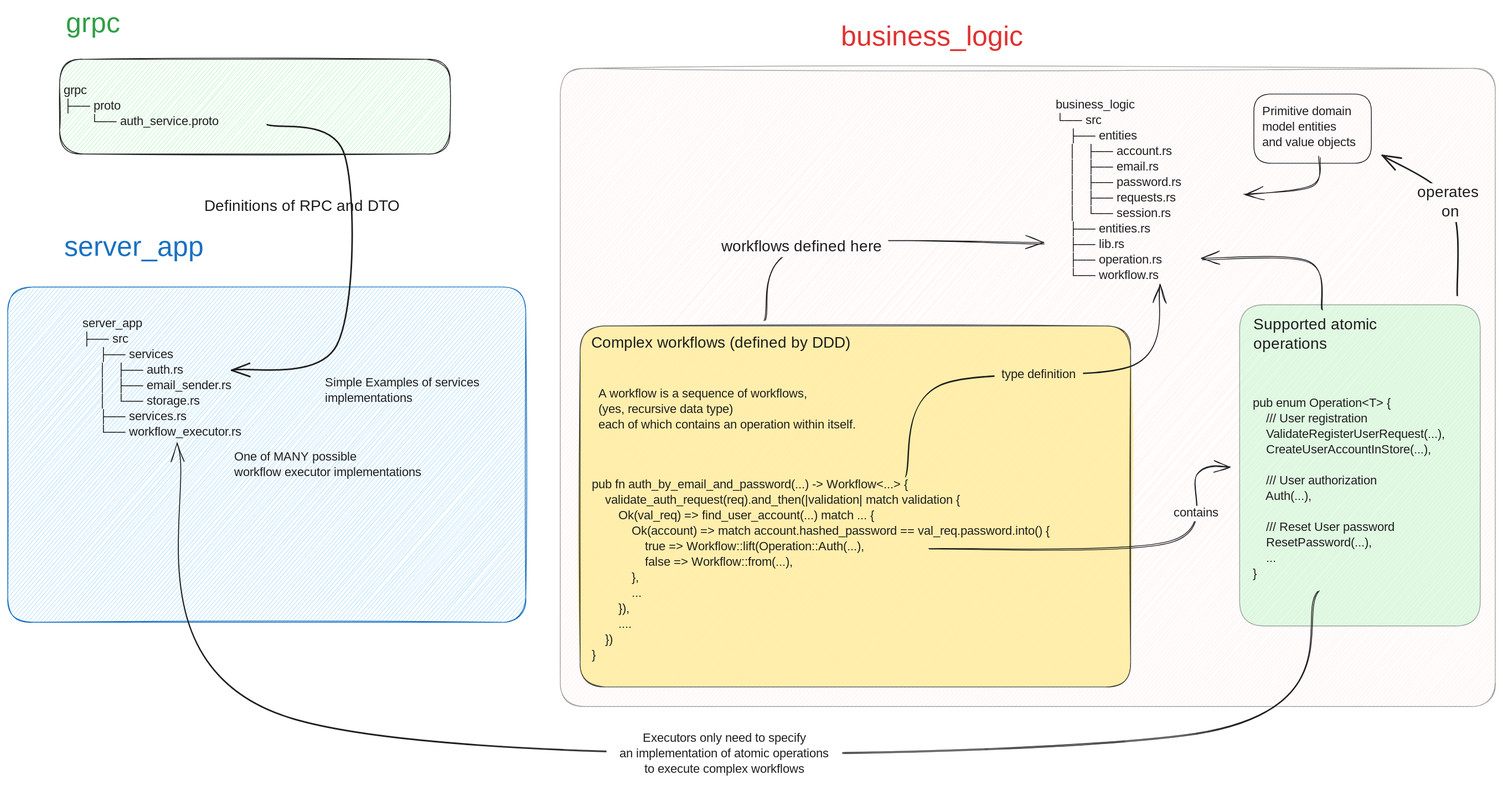
The Excalidraw diagram schema.excalidraw.svg in i2m/engineer-challenge, before a commit. Source tidied: one line per element, renumbered; positions are measured from the earlier drawing's top-left corner, leaving out a move shared by most shapes.
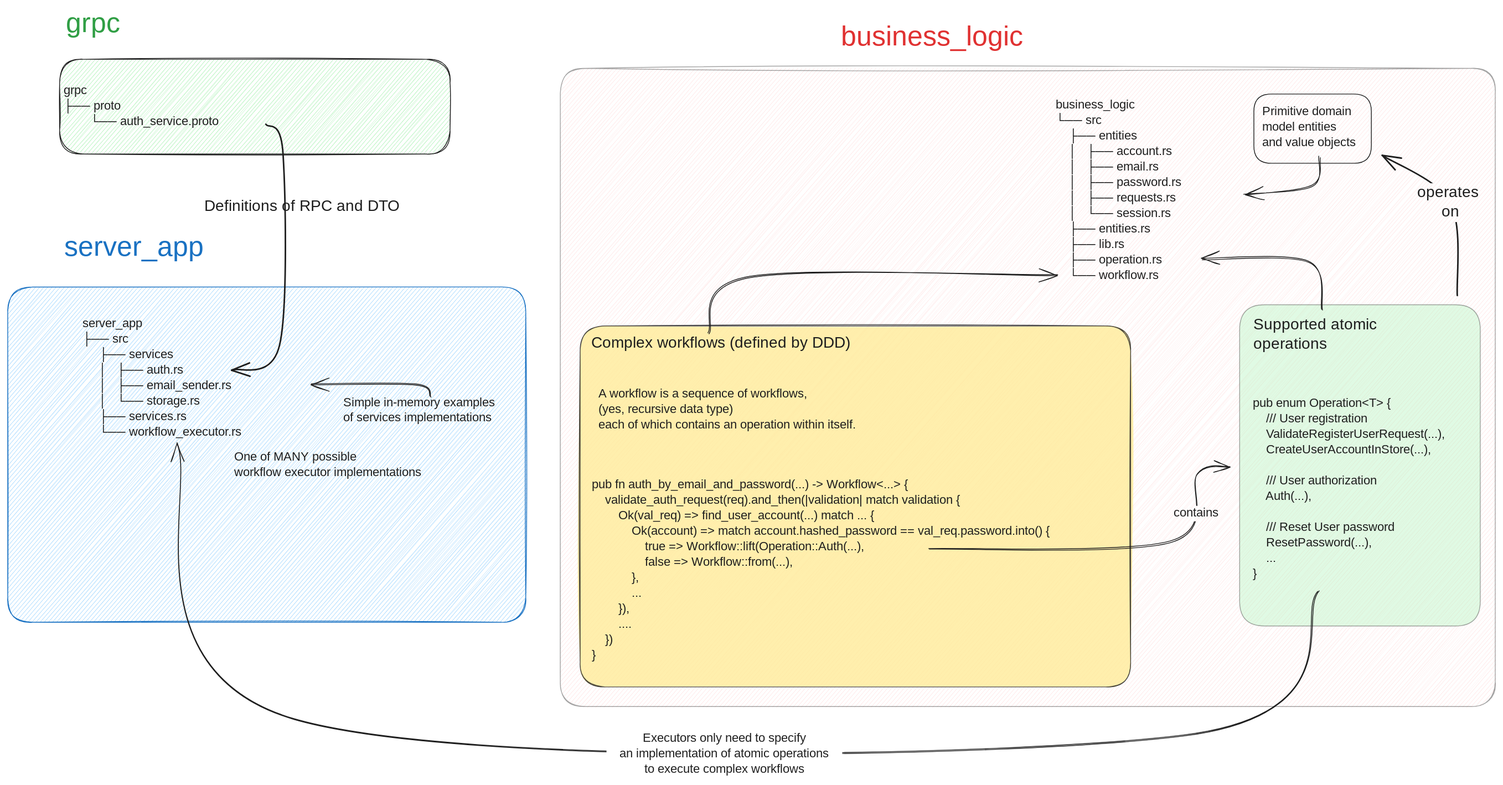
Above is the later version.

Commit message:
chore(business_logic, server_app): move workflows closer to its type definition

The edit, as a diff of the source:
```diff
@@ -13,22 +13,20 @@
 {"id": 12, "type": "text", "text": "Supported atomic\noperations", "strokeColor": "#1e1e1e", "backgroundColor": "#a5d8ff", "fillStyle": "hachure", "strokeWidth": 1, "roughness": 1, "fontSize": 20, "fontFamily": 5, "x": 1607, "y": 397, "width": 170, "height": 50}
 {"id": 13, "type": "arrow", "strokeColor": "#1e1e1e", "backgroundColor": "#a5d8ff", "fillStyle": "hachure", "strokeWidth": 1, "roughness": 1, "endArrowhead": "arrow", "round": true, "from": 12, "to": 9, "x": 1696, "y": 390, "width": 154, "height": 65, "points": [[0, 0], [-18, -62], [-154, -65]]}
 {"id": 14, "type": "text", "text": "Complex workflows (defined by DDD)", "strokeColor": "#1e1e1e", "backgroundColor": "#a5d8ff", "fillStyle": "hachure", "strokeWidth": 1, "roughness": 1, "fontSize": 20, "fontFamily": 5, "x": 753, "y": 421, "width": 360, "height": 25}
-{"id": 15, "type": "arrow", "strokeColor": "#1e1e1e", "backgroundColor": "#a5d8ff", "fillStyle": "hachure", "strokeWidth": 1, "roughness": 1, "endArrowhead": "arrow", "round": true, "from": 8, "to": 9, "x": 977, "y": 403, "width": 361, "height": 99, "points": [[0, 0], [47, -94], [361, -99]]}
-{"id": 16, "type": "text", "text": "workflows defined here", "strokeColor": "#1e1e1e", "backgroundColor": "#b2f2bb", "fillStyle": "hachure", "strokeWidth": 2, "roughness": 1, "fontSize": 20, "fontFamily": 5, "textAlign": "center", "verticalAlign": "middle", "inside": 15, "x": 912, "y": 297, "width": 224, "height": 25}
 {"id": 17, "type": "text", "text": "pub enum Operation<T> {\n    /// User registration\n    ValidateRegisterUserRequest(...),\n    CreateUserAccountInStore(...),\n\n    /// User authorization\n    Auth(...),\n\n    /// Reset User password\n    ResetPassword(...),\n    ...\n}", "strokeColor": "#1e1e1e", "backgroundColor": "#a5d8ff", "fillStyle": "hachure", "strokeWidth": 1, "roughness": 1, "fontSize": 16, "fontFamily": 5, "x": 1606, "y": 501, "width": 283, "height": 240}
 {"id": 18, "type": "text", "text": "pub fn auth_by_email_and_password(...) -> Workflow<...> {\n    validate_auth_request(req).and_then(|validation| match validation {\n        Ok(val_req) => find_user_account(...) match ... {\n            Ok(account) => match account.hashed_password == val_req.password.into() {\n                true => Workflow::lift(Operation::Auth(...),\n                false => Workflow::from(...),\n            },\n            ...\n        }),\n        ....\n    })\n}", "strokeColor": "#1e1e1e", "backgroundColor": "#a5d8ff", "fillStyle": "hachure", "strokeWidth": 1, "roughness": 1, "fontSize": 16, "fontFamily": 5, "x": 754, "y": 606, "width": 682, "height": 240}
 {"id": 19, "type": "arrow", "strokeColor": "#1e1e1e", "backgroundColor": "#a5d8ff", "fillStyle": "hachure", "strokeWidth": 1, "roughness": 1, "endArrowhead": "arrow", "round": true, "from": 8, "to": 17, "x": 1188, "y": 698, "width": 389, "height": 105, "points": [[0, 0], [312, -8], [346, -97], [389, -105]]}
 {"id": 20, "type": "text", "text": "contains", "strokeColor": "#1e1e1e", "backgroundColor": "#a5d8ff", "fillStyle": "hachure", "strokeWidth": 1, "roughness": 1, "fontSize": 16, "fontFamily": 5, "textAlign": "center", "verticalAlign": "middle", "inside": 19, "x": 1501, "y": 642, "width": 65, "height": 20}
-{"id": 21, "type": "arrow", "strokeColor": "#1e1e1e", "backgroundColor": "#a5d8ff", "fillStyle": "hachure", "strokeWidth": 1, "roughness": 1, "endArrowhead": "arrow", "round": true, "from": 18, "to": 9, "x": 1158, "y": 605, "width": 328, "height": 248, "points": [[0, 0], [43, -117], [294, -143], [328, -248]]}
-{"id": 22, "type": "text", "text": "type definition", "strokeColor": "#1e1e1e", "backgroundColor": "#a5d8ff", "fillStyle": "hachure", "strokeWidth": 1, "roughness": 1, "fontSize": 16, "fontFamily": 5, "textAlign": "center", "verticalAlign": "middle", "inside": 21, "x": 1262, "y": 465, "width": 114, "height": 20}
 {"id": 23, "type": "rectangle", "strokeColor": "#1e1e1e", "strokeWidth": 1, "roughness": 0, "round": true, "x": 1608, "y": 111, "width": 152, "height": 89}
 {"id": 24, "type": "arrow", "strokeColor": "#1e1e1e", "strokeWidth": 2, "roughness": 0, "endArrowhead": "arrow", "round": true, "from": 1, "to": 23, "x": 1870, "y": 371, "width": 97, "height": 181, "points": [[0, 0], [-9, -120], [-97, -181]]}
 {"id": 25, "type": "text", "text": "operates \non", "strokeColor": "#1e1e1e", "strokeWidth": 2, "roughness": 0, "fontSize": 20, "fontFamily": 5, "textAlign": "center", "verticalAlign": "middle", "inside": 24, "x": 1816, "y": 159, "width": 93, "height": 50}
 {"id": 26, "type": "text", "text": "server_app\n├── src\n     ├── services\n     │   ├── auth.rs\n     │   ├── email_sender.rs\n     │   └── storage.rs\n     ├── services.rs\n     └── workflow_executor.rs", "strokeColor": "#1e1e1e", "strokeWidth": 2, "roughness": 0, "fontSize": 16, "fontFamily": 5, "x": 96, "y": 398, "width": 252, "height": 160}
 {"id": 27, "type": "text", "text": "One of MANY possible\nworkflow executor implementations", "strokeColor": "#1e1e1e", "strokeWidth": 2, "roughness": 0, "fontSize": 16, "fontFamily": 5, "x": 292, "y": 570, "width": 270, "height": 40}
-{"id": 28, "type": "arrow", "strokeColor": "#1e1e1e", "strokeWidth": 2, "roughness": 0, "endArrowhead": "arrow", "round": true, "x": 335, "y": 151, "width": 146, "height": 317, "points": [[0, 0], [100, 38], [90, 285], [-46, 317]]}
+{"id": 28, "type": "arrow", "strokeColor": "#1e1e1e", "strokeWidth": 2, "roughness": 0, "endArrowhead": "arrow", "round": true, "x": 333, "y": 150, "width": 66, "height": 317, "points": [[0, 0], [22, 39], [18, 285], [-44, 317]]}
 {"id": 29, "type": "text", "text": "Definitions of RPC and DTO", "strokeColor": "#1e1e1e", "strokeWidth": 2, "roughness": 0, "fontSize": 20, "fontFamily": 5, "x": 253, "y": 245, "width": 283, "height": 25}
-{"id": 30, "type": "text", "text": "Simple Examples of services\nimplementations", "strokeColor": "#1e1e1e", "strokeWidth": 2, "roughness": 0, "fontSize": 16, "fontFamily": 5, "x": 410, "y": 474, "width": 213, "height": 40}
+{"id": 30, "type": "text", "text": "Simple in-memory examples\nof services implementations", "strokeColor": "#1e1e1e", "strokeWidth": 2, "roughness": 0, "fontSize": 16, "fontFamily": 5, "x": 433, "y": 500, "width": 212, "height": 40}
 {"id": 31, "type": "text", "text": "A workflow is a sequence of workflows,\n(yes, recursive data type)\neach of which contains an operation within itself.", "strokeColor": "#1e1e1e", "backgroundColor": "#b2f2bb", "fillStyle": "hachure", "strokeWidth": 2, "roughness": 1, "fontSize": 16, "fontFamily": 5, "x": 762, "y": 489, "width": 385, "height": 60}
 {"id": 32, "type": "arrow", "strokeColor": "#1e1e1e", "backgroundColor": "#b2f2bb", "fillStyle": "hachure", "strokeWidth": 1, "roughness": 1, "endArrowhead": "arrow", "round": true, "from": 17, "to": 26, "x": 1691, "y": 752, "width": 1472, "height": 377, "points": [[0, 0], [-175, 186], [-1322, 166], [-1472, -191]]}
 {"id": 33, "type": "text", "text": "Executors only need to specify\nan implementation of atomic operations\nto execute complex workflows", "strokeColor": "#1e1e1e", "backgroundColor": "#b2f2bb", "fillStyle": "hachure", "strokeWidth": 1, "roughness": 1, "fontSize": 16, "fontFamily": 5, "textAlign": "center", "verticalAlign": "middle", "inside": 32, "x": 772, "y": 933, "width": 304, "height": 60}
+{"id": 34, "type": "arrow", "strokeColor": "#1e1e1e", "backgroundColor": "#a5d8ff", "fillStyle": "hachure", "strokeWidth": 1, "roughness": 1, "endArrowhead": "arrow", "round": true, "from": 14, "to": 9, "x": 905, "y": 421, "width": 450, "height": 77, "points": [[0, 0], [54, -74], [450, -77]]}
+{"id": 35, "type": "arrow", "strokeColor": "#1e1e1e", "backgroundColor": "#a5d8ff", "fillStyle": "hachure", "strokeWidth": 1, "roughness": 1, "endArrowhead": "arrow", "round": true, "x": 545, "y": 502, "width": 154, "height": 17, "points": [[0, 0], [-18, -17], [-154, -17]]}
```
